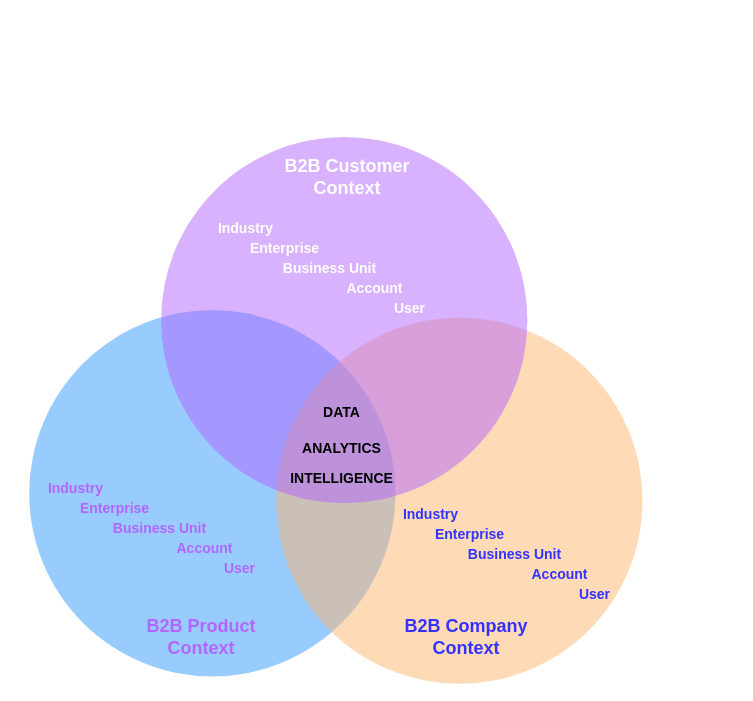
The draw.io diagram assets/meta-contex.drawio in emmanuellim/synchroplay-book, before the edit. Source tidied: cells renumbered, new cells numbered last; positions are measured from the earlier drawing's top-left corner, leaving out a move shared by most shapes. Both pictures are drawn from the tidied source at 100%, with x=0, y=0 at pixel (21, 17).
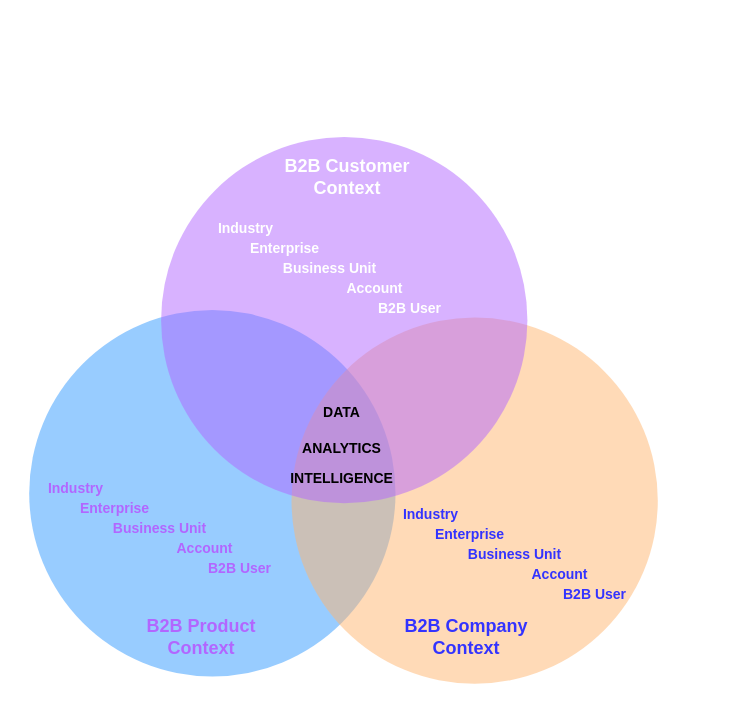
The same page after the edit.

Unchanged cells that the change refers to:
```xml
<mxCell id="2" style="group;" parent="1" vertex="1">
  <mxGeometry x="123.5" width="591" height="658.9" as="geometry" />
</mxCell>
```

Change to the diagram source:
```diff
@@
     <mxCell id="4" style="ellipse;whiteSpace=wrap;html=1;rounded=1;shadow=0;glass=0;labelBackgroundColor=#FFFFFF;strokeColor=none;strokeWidth=2;fillColor=#FFB570;gradientColor=none;fontFamily=Helvetica;fontSize=25;fontColor=#2F5B7C;align=left;opacity=50;" parent="2" vertex="1">
-      <mxGeometry x="131.2" y="300" width="366.3" height="366.3" as="geometry" />
+      <mxGeometry x="146.5" y="300" width="366.3" height="366.3" as="geometry" />
     </mxCell>
@@
-    <mxCell id="11" value="&lt;font color=&quot;#ffffff&quot;&gt;&lt;span style=&quot;font-size: 14px&quot;&gt;&lt;b&gt;User&lt;/b&gt;&lt;/span&gt;&lt;/font&gt;" style="text;html=1;strokeColor=none;fillColor=none;align=center;verticalAlign=middle;whiteSpace=wrap;rounded=0;shadow=1;labelBackgroundColor=none;fontSize=18;fontColor=#23445D;" parent="2" vertex="1">
+    <mxCell id="11" value="&lt;font color=&quot;#ffffff&quot;&gt;&lt;span style=&quot;font-size: 14px&quot;&gt;&lt;b&gt;B2B User&lt;/b&gt;&lt;/span&gt;&lt;/font&gt;" style="text;html=1;strokeColor=none;fillColor=none;align=center;verticalAlign=middle;whiteSpace=wrap;rounded=0;shadow=1;labelBackgroundColor=none;fontSize=18;fontColor=#23445D;" parent="2" vertex="1">
       <mxGeometry x="210.2" y="280" width="108.5" height="20" as="geometry" />
     </mxCell>
@@
-    <mxCell id="16" value="&lt;font&gt;&lt;span style=&quot;font-size: 14px&quot;&gt;&lt;b&gt;User&lt;/b&gt;&lt;/span&gt;&lt;/font&gt;" style="text;html=1;strokeColor=none;fillColor=none;align=center;verticalAlign=middle;whiteSpace=wrap;rounded=0;shadow=1;labelBackgroundColor=none;fontSize=18;fontColor=#3333FF;" parent="2" vertex="1">
+    <mxCell id="16" value="&lt;span style=&quot;font-size: 14px&quot;&gt;&lt;b&gt;B2B User&lt;/b&gt;&lt;/span&gt;" style="text;html=1;strokeColor=none;fillColor=none;align=center;verticalAlign=middle;whiteSpace=wrap;rounded=0;shadow=1;labelBackgroundColor=none;fontSize=18;fontColor=#3333FF;" parent="2" vertex="1">
       <mxGeometry x="395.2" y="565.8" width="108.5" height="20" as="geometry" />
     </mxCell>
@@
-    <mxCell id="25" value="&lt;font&gt;&lt;span style=&quot;font-size: 14px&quot;&gt;&lt;b&gt;User&lt;/b&gt;&lt;/span&gt;&lt;/font&gt;" style="text;html=1;strokeColor=none;fillColor=none;align=center;verticalAlign=middle;whiteSpace=wrap;rounded=0;shadow=1;labelBackgroundColor=none;fontSize=18;fontColor=#B266FF;" parent="1" vertex="1">
+    <mxCell id="25" value="&lt;font&gt;&lt;span style=&quot;font-size: 14px&quot;&gt;&lt;b&gt;B2B User&lt;/b&gt;&lt;/span&gt;&lt;/font&gt;" style="text;html=1;strokeColor=none;fillColor=none;align=center;verticalAlign=middle;whiteSpace=wrap;rounded=0;shadow=1;labelBackgroundColor=none;fontSize=18;fontColor=#B266FF;" parent="1" vertex="1">
       <mxGeometry x="163.8" y="540" width="108.5" height="20" as="geometry" />
     </mxCell>
```
